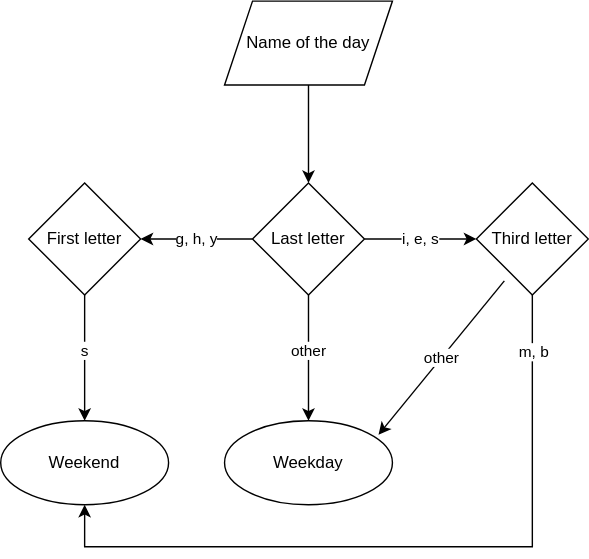
Before: flowchart.drawio.svg, a diagram exported from draw.io (Nyveon/is-it-a-weekday). Source tidied: cells renumbered, new cells last; positions are measured from the earlier drawing's top-left corner, leaving out a move shared by most shapes.
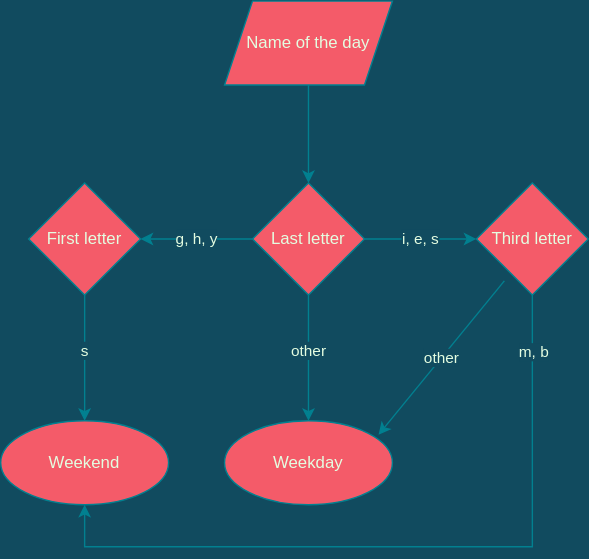
After the commit.

What changed in the source:
```diff
@@ -1,41 +1,41 @@
-<mxGraphModel>
+<mxGraphModel background="#114B5F">
   <root>
     <mxCell id="0" />
     <mxCell id="1" parent="0" />
-    <mxCell id="2" style="edgeStyle=orthogonalEdgeStyle;rounded=0;jettySize=auto;html=1;" parent="1" edge="1" source="3" target="7">
+    <mxCell id="2" style="edgeStyle=orthogonalEdgeStyle;rounded=0;jettySize=auto;html=1;labelBackgroundColor=#114B5F;strokeColor=#028090;fontColor=#E4FDE1;" parent="1" edge="1" source="3" target="7">
       <mxGeometry relative="1" as="geometry" />
     </mxCell>
-    <mxCell id="3" value="Name of the day" style="shape=parallelogram;perimeter=parallelogramPerimeter;whiteSpace=wrap;html=1;fixedSize=1;" parent="1" vertex="1">
+    <mxCell id="3" value="Name of the day" style="shape=parallelogram;perimeter=parallelogramPerimeter;whiteSpace=wrap;html=1;fixedSize=1;fillColor=#F45B69;strokeColor=#028090;fontColor=#E4FDE1;" parent="1" vertex="1">
       <mxGeometry x="160" width="120" height="60" as="geometry" />
     </mxCell>
-    <mxCell id="4" value="i, e, s" style="edgeStyle=orthogonalEdgeStyle;rounded=0;jettySize=auto;html=1;" parent="1" edge="1" source="7" target="8">
+    <mxCell id="4" value="i, e, s" style="edgeStyle=orthogonalEdgeStyle;rounded=0;jettySize=auto;html=1;labelBackgroundColor=#114B5F;strokeColor=#028090;fontColor=#E4FDE1;" parent="1" edge="1" source="7" target="8">
       <mxGeometry relative="1" as="geometry" />
     </mxCell>
-    <mxCell id="5" value="g, h, y" style="edgeStyle=orthogonalEdgeStyle;rounded=0;jettySize=auto;html=1;" parent="1" edge="1" source="7" target="10">
+    <mxCell id="5" value="g, h, y" style="edgeStyle=orthogonalEdgeStyle;rounded=0;jettySize=auto;html=1;labelBackgroundColor=#114B5F;strokeColor=#028090;fontColor=#E4FDE1;" parent="1" edge="1" source="7" target="10">
       <mxGeometry relative="1" as="geometry" />
     </mxCell>
-    <mxCell id="6" value="other" style="edgeStyle=orthogonalEdgeStyle;rounded=0;jettySize=auto;html=1;" parent="1" edge="1" source="7" target="11">
+    <mxCell id="6" value="other" style="edgeStyle=orthogonalEdgeStyle;rounded=0;jettySize=auto;html=1;labelBackgroundColor=#114B5F;strokeColor=#028090;fontColor=#E4FDE1;" parent="1" edge="1" source="7" target="11">
       <mxGeometry x="-0.11" relative="1" as="geometry" />
     </mxCell>
-    <mxCell id="7" value="Last letter" style="rhombus;whiteSpace=wrap;html=1;" parent="1" vertex="1">
+    <mxCell id="7" value="Last letter" style="rhombus;whiteSpace=wrap;html=1;fillColor=#F45B69;strokeColor=#028090;fontColor=#E4FDE1;" parent="1" vertex="1">
       <mxGeometry x="180" y="130" width="80" height="80" as="geometry" />
     </mxCell>
-    <mxCell id="8" value="Third letter" style="rhombus;whiteSpace=wrap;html=1;" parent="1" vertex="1">
+    <mxCell id="8" value="Third letter" style="rhombus;whiteSpace=wrap;html=1;fillColor=#F45B69;strokeColor=#028090;fontColor=#E4FDE1;" parent="1" vertex="1">
       <mxGeometry x="340" y="130" width="80" height="80" as="geometry" />
     </mxCell>
-    <mxCell id="9" value="s" style="edgeStyle=orthogonalEdgeStyle;rounded=0;jettySize=auto;html=1;" parent="1" edge="1" source="10" target="12">
+    <mxCell id="9" value="s" style="edgeStyle=orthogonalEdgeStyle;rounded=0;jettySize=auto;html=1;labelBackgroundColor=#114B5F;strokeColor=#028090;fontColor=#E4FDE1;" parent="1" edge="1" source="10" target="12">
       <mxGeometry x="-0.11" relative="1" as="geometry" />
     </mxCell>
-    <mxCell id="10" value="First letter" style="rhombus;whiteSpace=wrap;html=1;" parent="1" vertex="1">
+    <mxCell id="10" value="First letter" style="rhombus;whiteSpace=wrap;html=1;fillColor=#F45B69;strokeColor=#028090;fontColor=#E4FDE1;" parent="1" vertex="1">
       <mxGeometry x="20" y="130" width="80" height="80" as="geometry" />
     </mxCell>
-    <mxCell id="11" value="Weekday" style="ellipse;whiteSpace=wrap;html=1;" parent="1" vertex="1">
+    <mxCell id="11" value="Weekday" style="ellipse;whiteSpace=wrap;html=1;fillColor=#F45B69;strokeColor=#028090;fontColor=#E4FDE1;" parent="1" vertex="1">
       <mxGeometry x="160" y="300" width="120" height="60" as="geometry" />
     </mxCell>
-    <mxCell id="12" value="Weekend" style="ellipse;whiteSpace=wrap;html=1;" parent="1" vertex="1">
+    <mxCell id="12" value="Weekend" style="ellipse;whiteSpace=wrap;html=1;fillColor=#F45B69;strokeColor=#028090;fontColor=#E4FDE1;" parent="1" vertex="1">
       <mxGeometry y="300" width="120" height="60" as="geometry" />
     </mxCell>
-    <mxCell id="13" style="endArrow=classic;html=1;rounded=0;exitX=0.5;exitY=1;exitDx=0;exitDy=0;entryX=0.5;entryY=1;entryDx=0;entryDy=0;" parent="1" edge="1" source="8" target="12">
+    <mxCell id="13" style="endArrow=classic;html=1;rounded=0;exitX=0.5;exitY=1;exitDx=0;exitDy=0;entryX=0.5;entryY=1;entryDx=0;entryDy=0;labelBackgroundColor=#114B5F;strokeColor=#028090;fontColor=#E4FDE1;" parent="1" edge="1" source="8" target="12">
       <mxGeometry relative="1" as="geometry">
         <Array as="points">
           <mxPoint x="380" y="390" />
@@ -43,12 +43,12 @@
         </Array>
       </mxGeometry>
     </mxCell>
-    <mxCell id="14" value="m, b" style="edgeLabel;html=1;align=center;verticalAlign=middle;" parent="13" vertex="1">
+    <mxCell id="14" value="m, b" style="edgeLabel;html=1;align=center;verticalAlign=middle;labelBackgroundColor=#114B5F;fontColor=#E4FDE1;" parent="13" vertex="1">
       <mxGeometry x="-0.8" y="1" relative="1" as="geometry">
         <mxPoint x="-1" y="-13" as="offset" />
       </mxGeometry>
     </mxCell>
-    <mxCell id="15" value="other" style="endArrow=classic;html=1;rounded=0;entryX=0.917;entryY=0.167;entryDx=0;entryDy=0;entryPerimeter=0;" parent="1" edge="1" target="11">
+    <mxCell id="15" value="other" style="endArrow=classic;html=1;rounded=0;entryX=0.917;entryY=0.167;entryDx=0;entryDy=0;entryPerimeter=0;labelBackgroundColor=#114B5F;strokeColor=#028090;fontColor=#E4FDE1;" parent="1" edge="1" target="11">
       <mxGeometry relative="1" as="geometry">
         <mxPoint x="360" y="200" as="sourcePoint" />
       </mxGeometry>
```
